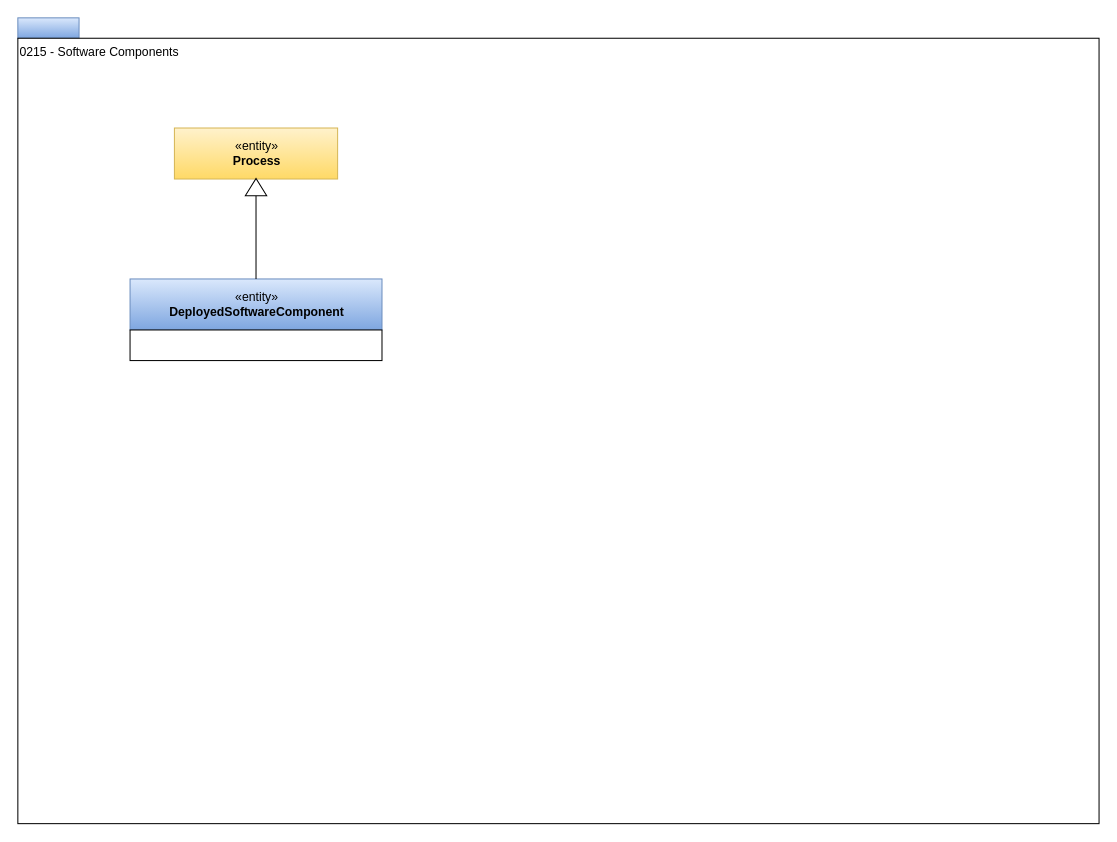
The draw.io diagram page "0215-Software-Components" (6 of 9) of open-metadata-publication/website/open-metadata-types/area-2-assets.drawio in planetf1/egeria, before the edit. Source tidied: cells renumbered, new cells numbered last; positions are measured from the earlier drawing's top-left corner, leaving out a move shared by most shapes. Both pictures are drawn from the tidied source at 102%, with x=0, y=0 at pixel (17, 17).
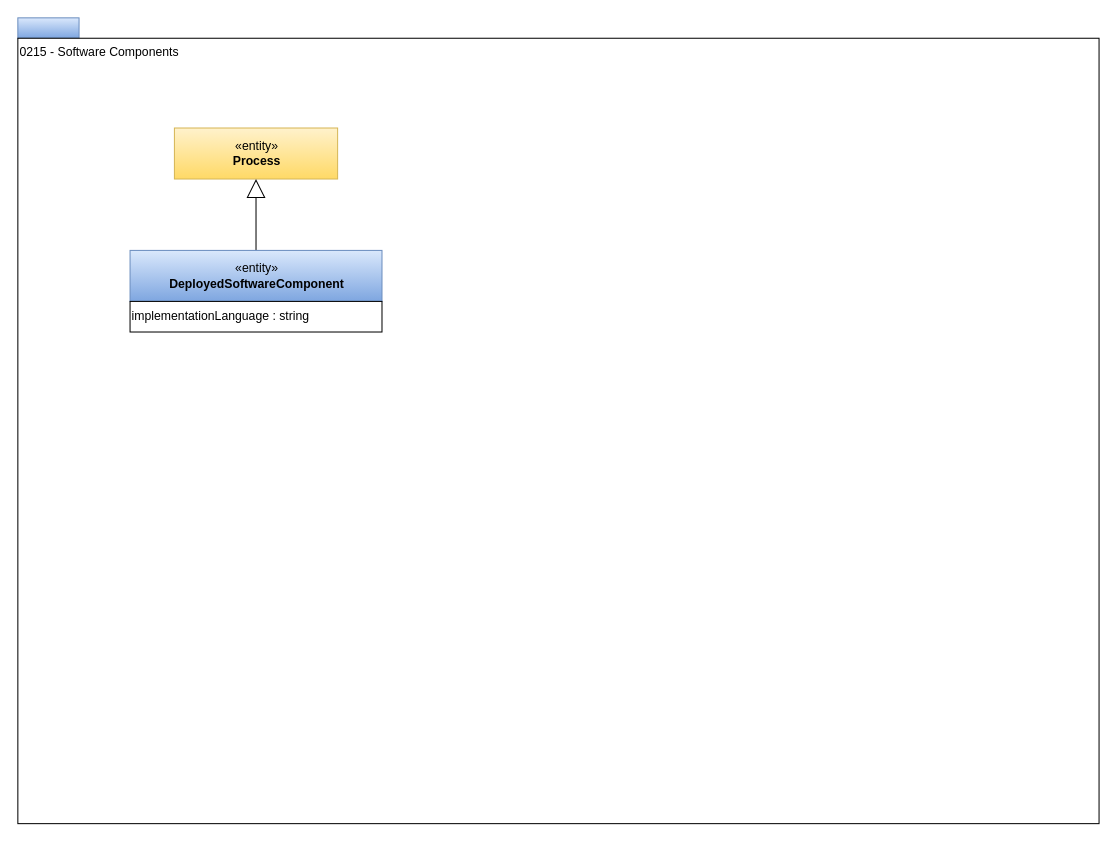
After the change.

The edit, as a diff of the source:
```diff
@@
 <mxGraphModel>
   <root>
     <mxCell id="0" />
     <mxCell id="1" parent="0" />
+    <mxCell id="9" style="group;" parent="1" vertex="1">
+      <mxGeometry width="1060" height="790" as="geometry" />
+    </mxCell>
-    <mxCell id="2" style="rounded=0;whiteSpace=wrap;html=1;align=left;fillColor=#dae8fc;strokeColor=#6c8ebf;gradientColor=#7ea6e0;" parent="1" vertex="1">
+    <mxCell id="2" style="rounded=0;whiteSpace=wrap;html=1;align=left;fillColor=#dae8fc;strokeColor=#6c8ebf;gradientColor=#7ea6e0;" parent="9" vertex="1">
       <mxGeometry width="60" height="20" as="geometry" />
     </mxCell>
-    <mxCell id="3" value="0215 - Software Components" style="rounded=0;whiteSpace=wrap;html=1;align=left;verticalAlign=top;" parent="1" vertex="1">
+    <mxCell id="3" value="0215 - Software Components" style="rounded=0;whiteSpace=wrap;html=1;align=left;verticalAlign=top;" parent="9" vertex="1">
       <mxGeometry y="20" width="1060" height="770" as="geometry" />
     </mxCell>
+    <mxCell id="5" value="«entity»&lt;br&gt;&lt;b&gt;Process&lt;/b&gt;" style="html=1;strokeColor=#d6b656;align=center;fillColor=#fff2cc;gradientColor=#ffd966;" parent="9" vertex="1">
+      <mxGeometry x="153.5" y="108" width="160" height="50" as="geometry" />
+    </mxCell>
+    <mxCell id="10" style="edgeStyle=orthogonalEdgeStyle;rounded=0;jettySize=auto;html=1;exitX=0.5;exitY=0;exitDx=0;exitDy=0;entryX=0.5;entryY=1;entryDx=0;entryDy=0;startSize=6;endArrow=block;endFill=0;endSize=16;" parent="9" edge="1" source="4" target="5">
+      <mxGeometry relative="1" as="geometry" />
+    </mxCell>
+    <mxCell id="11" style="group;" parent="9" vertex="1">
+      <mxGeometry x="110" y="228" width="247" height="80" as="geometry" />
+    </mxCell>
-    <mxCell id="4" value="«entity»&lt;br&gt;&lt;b&gt;DeployedSoftwareComponent&lt;/b&gt;" style="html=1;strokeColor=#6c8ebf;align=center;fillColor=#dae8fc;gradientColor=#7ea6e0;" parent="1" vertex="1">
-      <mxGeometry x="110" y="256" width="247" height="50" as="geometry" />
+    <mxCell id="4" value="«entity»&lt;br&gt;&lt;b&gt;DeployedSoftwareComponent&lt;/b&gt;" style="html=1;strokeColor=#6c8ebf;align=center;fillColor=#dae8fc;gradientColor=#7ea6e0;" parent="11" vertex="1">
+      <mxGeometry width="247" height="50" as="geometry" />
     </mxCell>
-    <mxCell id="5" value="«entity»&lt;br&gt;&lt;b&gt;Process&lt;/b&gt;" style="html=1;strokeColor=#d6b656;align=center;fillColor=#fff2cc;gradientColor=#ffd966;" parent="1" vertex="1">
-      <mxGeometry x="153.5" y="108" width="160" height="50" as="geometry" />
-    </mxCell>
-    <mxCell id="6" style="edgeStyle=orthogonalEdgeStyle;rounded=0;html=1;endArrow=none;endFill=0;jettySize=auto;entryX=0.5;entryY=0;" parent="1" edge="1" source="7" target="4">
-      <mxGeometry relative="1" as="geometry" />
-    </mxCell>
-    <mxCell id="7" style="triangle;whiteSpace=wrap;html=1;strokeColor=#000000;gradientColor=#ffffff;align=center;rotation=-90;" parent="1" vertex="1">
-      <mxGeometry x="225" y="155.5" width="17" height="21" as="geometry" />
-    </mxCell>
-    <mxCell id="8" style="rounded=0;whiteSpace=wrap;html=1;strokeColor=#000000;gradientColor=#ffffff;align=left;" parent="1" vertex="1">
-      <mxGeometry x="110" y="306" width="247" height="30" as="geometry" />
+    <mxCell id="8" value="implementationLanguage : string" style="rounded=0;whiteSpace=wrap;html=1;strokeColor=#000000;gradientColor=#ffffff;align=left;" parent="11" vertex="1">
+      <mxGeometry y="50" width="247" height="30" as="geometry" />
     </mxCell>
   </root>
 </mxGraphModel>
```
